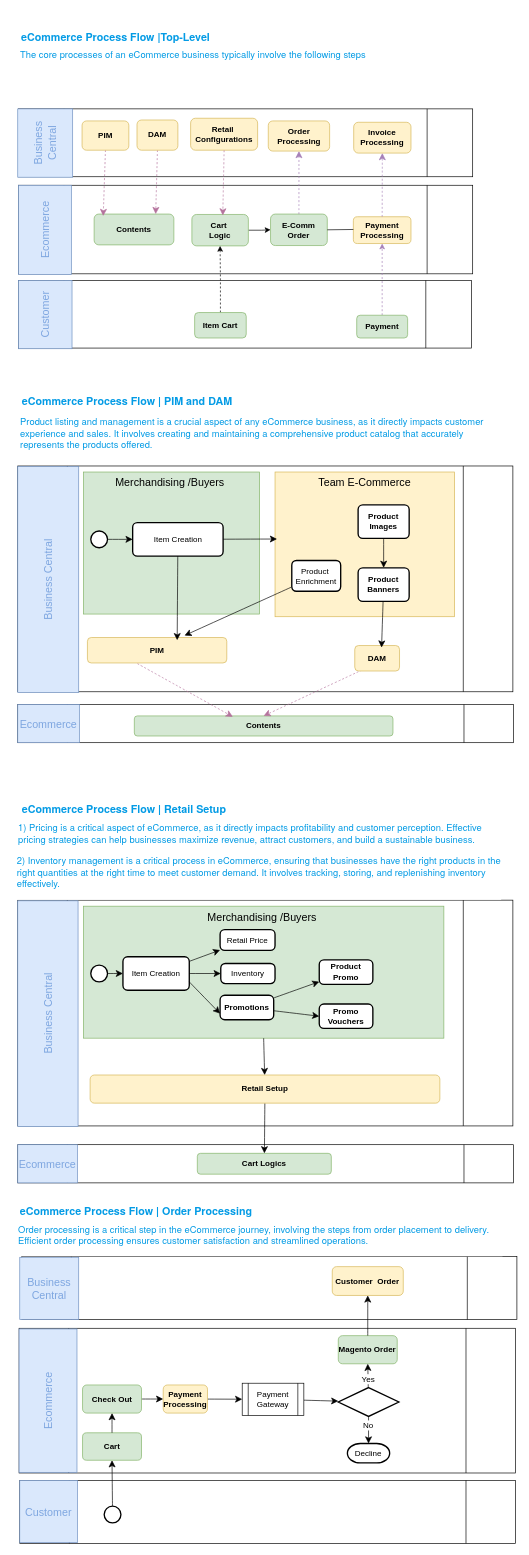
The draw.io diagram EComm_Process_Flow.drawio in kasungl/Isetan_Help, before the edit. Source tidied: cells renumbered, new cells numbered last; positions are measured from the earlier drawing's top-left corner, leaving out a move shared by most shapes. Both pictures are drawn from the tidied source at 67%, with x=0, y=0 at pixel (15, 25).
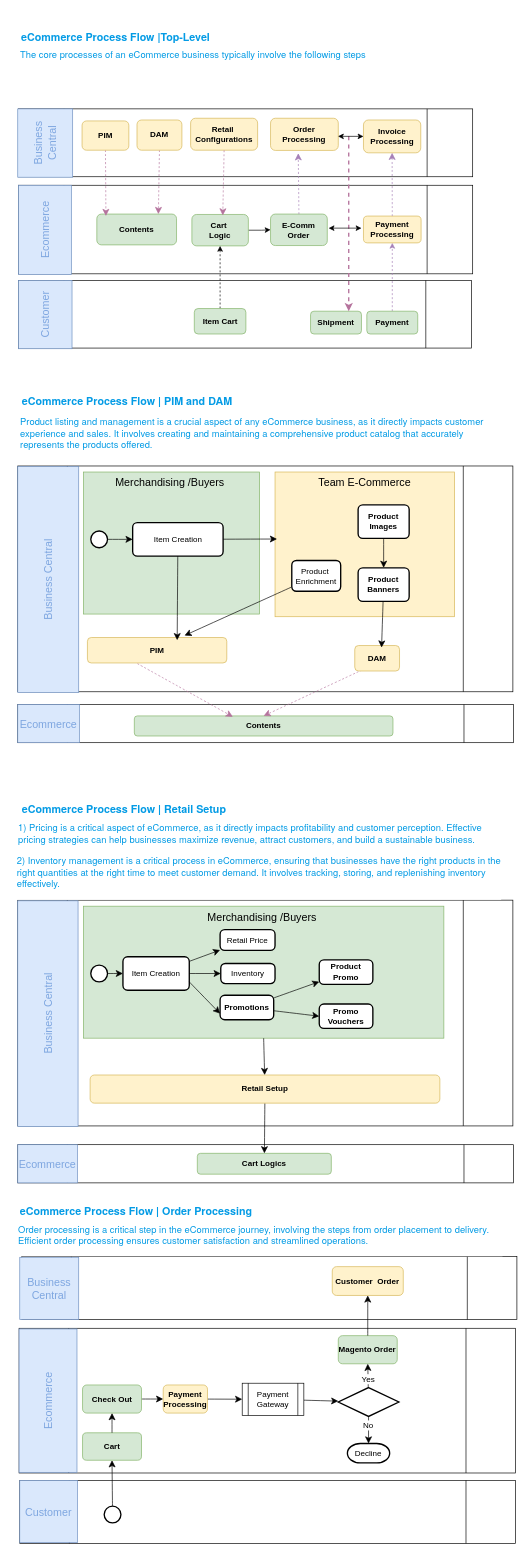
The same page after the edit.

The change refers to these unchanged cells:
```xml
<mxCell id="92" value="&lt;b&gt;E-Comm Order&lt;/b&gt;" style="rounded=1;whiteSpace=wrap;html=1;fillColor=#d5e8d4;strokeColor=#82b366;" parent="1" vertex="1">
  <mxGeometry x="380.3" y="282" width="84.7" height="47" as="geometry" />
</mxCell>
```

The edit, as a diff of the source:
```diff
@@
     <mxCell id="95" value="&lt;b&gt;Contents&lt;/b&gt;" style="rounded=1;whiteSpace=wrap;html=1;fillColor=#d5e8d4;strokeColor=#82b366;" parent="1" vertex="1">
-      <mxGeometry x="117" y="282" width="119" height="46" as="geometry" />
+      <mxGeometry x="121" y="282" width="119" height="46" as="geometry" />
     </mxCell>
@@
     <mxCell id="97" value="&lt;b&gt;Payment&lt;/b&gt;" style="rounded=1;whiteSpace=wrap;html=1;fillColor=#d5e8d4;strokeColor=#82b366;" parent="1" vertex="1">
-      <mxGeometry x="508.9" y="433" width="76" height="34" as="geometry" />
+      <mxGeometry x="524" y="427" width="76" height="34" as="geometry" />
     </mxCell>
     <mxCell id="98" value="&lt;b&gt;Payment Processing&lt;/b&gt;" style="rounded=1;whiteSpace=wrap;html=1;fillColor=#fff2cc;strokeColor=#d6b656;fontColor=#000000;" parent="1" vertex="1">
-      <mxGeometry x="503.9" y="286" width="86" height="40" as="geometry" />
+      <mxGeometry x="519" y="285" width="86" height="40" as="geometry" />
     </mxCell>
@@
-    <mxCell id="103" style="endArrow=classic;html=1;rounded=0;fontSize=12;startSize=8;endSize=8;curved=1;dashed=1;strokeColor=#A680B8;exitX=0.5;exitY=0;exitDx=0;exitDy=0;entryX=0.5;entryY=1;entryDx=0;entryDy=0;" parent="1" edge="1" source="92" target="108">
+    <mxCell id="103" style="endArrow=classic;html=1;rounded=0;fontSize=12;startSize=8;endSize=8;curved=1;dashed=1;strokeColor=#A680B8;exitX=0.5;exitY=0;exitDx=0;exitDy=0;entryX=0.409;entryY=1.089;entryDx=0;entryDy=0;entryPerimeter=0;" parent="1" edge="1" source="92" target="108">
       <mxGeometry relative="1" as="geometry" />
     </mxCell>
@@
     <mxCell id="107" value="&lt;b&gt;DAM&lt;/b&gt;" style="rounded=1;whiteSpace=wrap;html=1;fillColor=#fff2cc;strokeColor=#d6b656;fontColor=#000000;" parent="1" vertex="1">
-      <mxGeometry x="181" y="141.6" width="61" height="45.1" as="geometry" />
+      <mxGeometry x="181" y="141.6" width="67" height="45.1" as="geometry" />
     </mxCell>
     <mxCell id="108" value="&lt;b&gt;Order Processing&lt;/b&gt;" style="rounded=1;whiteSpace=wrap;html=1;fillColor=#fff2cc;strokeColor=#d6b656;fontColor=#000000;" parent="1" vertex="1">
-      <mxGeometry x="376.9" y="143" width="91.6" height="45" as="geometry" />
+      <mxGeometry x="380.3" y="139" width="101.1" height="48" as="geometry" />
     </mxCell>
@@
     <mxCell id="110" value="&lt;b&gt;Invoice Processing&lt;/b&gt;" style="rounded=1;whiteSpace=wrap;html=1;fillColor=#fff2cc;strokeColor=#d6b656;fontColor=#000000;" parent="1" vertex="1">
-      <mxGeometry x="504.4" y="145" width="85.5" height="46" as="geometry" />
+      <mxGeometry x="519" y="141.6" width="85.5" height="49" as="geometry" />
     </mxCell>
@@
-    <mxCell id="112" style="endArrow=none;html=1;rounded=0;exitX=1;exitY=0.5;exitDx=0;exitDy=0;" parent="1" edge="1" source="92">
-      <mxGeometry relative="1" as="geometry">
-        <mxPoint x="503.9" y="305" as="targetPoint" />
-      </mxGeometry>
-    </mxCell>
@@
     <mxCell id="114" value="&lt;b&gt;Item Cart&lt;/b&gt;" style="rounded=1;whiteSpace=wrap;html=1;fillColor=#d5e8d4;strokeColor=#82b366;" parent="1" vertex="1">
-      <mxGeometry x="267" y="429" width="77" height="38" as="geometry" />
+      <mxGeometry x="266.5" y="423" width="77" height="38" as="geometry" />
     </mxCell>
+    <mxCell id="115" value="&lt;b&gt;Shipment&lt;/b&gt;" style="rounded=1;whiteSpace=wrap;html=1;fillColor=#d5e8d4;strokeColor=#82b366;" parent="1" vertex="1">
+      <mxGeometry x="440" y="427" width="76" height="34" as="geometry" />
+    </mxCell>
+    <mxCell id="116" style="endArrow=classic;html=1;rounded=0;entryX=0.75;entryY=0;entryDx=0;entryDy=0;dashed=1;strokeWidth=2;strokeColor=#B5739D;" parent="1" edge="1" target="115">
+      <mxGeometry relative="1" as="geometry">
+        <mxPoint x="497" y="166" as="sourcePoint" />
+      </mxGeometry>
+    </mxCell>
+    <mxCell id="117" style="endArrow=classic;startArrow=classic;html=1;rounded=0;" parent="1" edge="1" target="110">
+      <mxGeometry relative="1" as="geometry">
+        <mxPoint x="481" y="166" as="sourcePoint" />
+      </mxGeometry>
+    </mxCell>
+    <mxCell id="118" style="endArrow=classic;startArrow=classic;html=1;rounded=0;exitX=1;exitY=0.447;exitDx=0;exitDy=0;exitPerimeter=0;" parent="1" edge="1">
+      <mxGeometry relative="1" as="geometry">
+        <mxPoint x="467" y="303" as="sourcePoint" />
+        <mxPoint x="516" y="303" as="targetPoint" />
+      </mxGeometry>
+    </mxCell>
```
